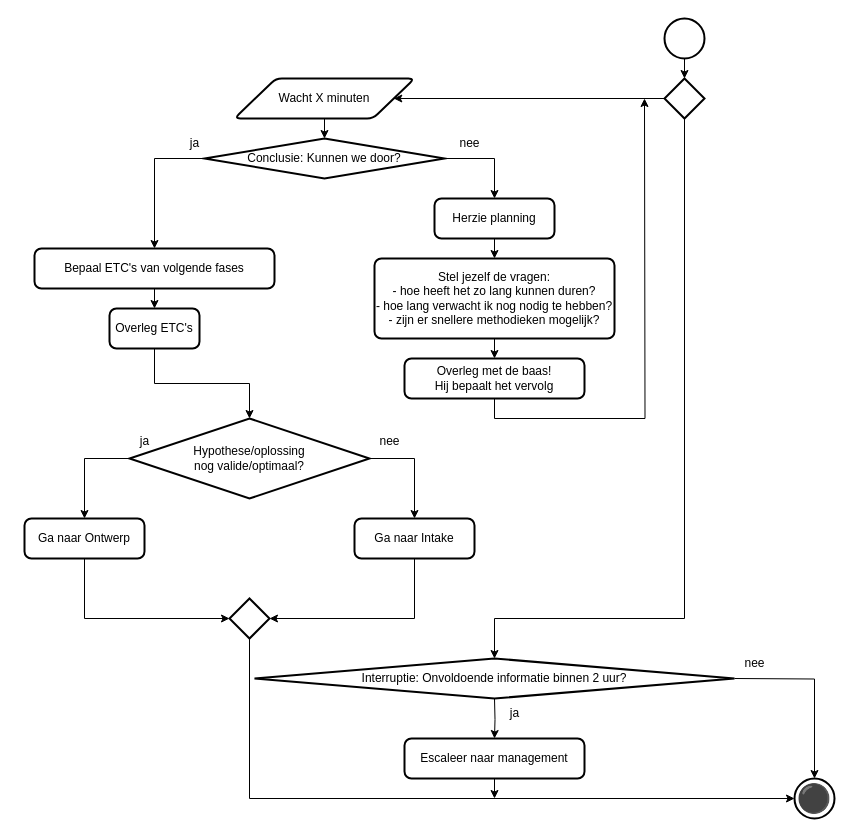
Zaibatsu89/IssueTracker keeps this draw.io diagram as 2 Issue Tracker analyse.drawio. Above is the earlier version. Source tidied: cells renumbered, new cells numbered last; positions are measured from the earlier drawing's top-left corner, leaving out a move shared by most shapes. Both pictures are drawn from the tidied source at 100%, with x=0, y=0 at pixel (24, 18).
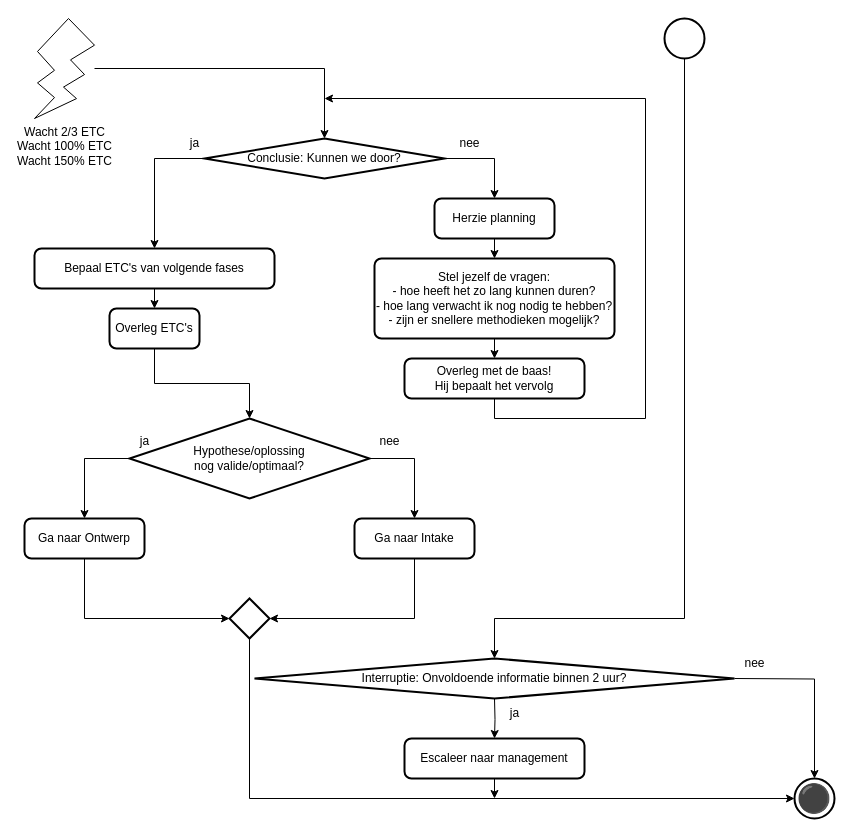
The same page after the edit.

Unchanged cells that the change refers to:
```xml
<mxCell id="2" style="strokeWidth=2;html=1;shape=mxgraph.flowchart.start_2;whiteSpace=wrap;" parent="1" vertex="1">
  <mxGeometry x="640" width="40" height="40" as="geometry" />
</mxCell>
<mxCell id="5" value="Conclusie: Kunnen we door?" style="strokeWidth=2;html=1;shape=mxgraph.flowchart.decision;whiteSpace=wrap;" parent="1" vertex="1">
  <mxGeometry x="180" y="120" width="240" height="40" as="geometry" />
</mxCell>
<mxCell id="11" value="Interruptie: Onvoldoende informatie binnen 2 uur?" style="strokeWidth=2;html=1;shape=mxgraph.flowchart.decision;whiteSpace=wrap;" parent="1" vertex="1">
  <mxGeometry x="230" y="640" width="480" height="40" as="geometry" />
</mxCell>
<mxCell id="41" value="Overleg met de baas!&lt;br&gt;Hij bepaalt het vervolg" style="rounded=1;whiteSpace=wrap;html=1;absoluteArcSize=1;arcSize=14;strokeWidth=2;" parent="1" vertex="1">
  <mxGeometry x="380" y="340" width="180" height="40" as="geometry" />
</mxCell>
```

What changed in the source:
```diff
@@
-    <mxCell id="30" value="Wacht X minuten" style="shape=parallelogram;html=1;strokeWidth=2;perimeter=parallelogramPerimeter;whiteSpace=wrap;rounded=1;arcSize=12;size=0.23;" parent="1" vertex="1">
-      <mxGeometry x="210" y="60" width="180" height="40" as="geometry" />
-    </mxCell>
-    <mxCell id="31" style="edgeStyle=orthogonalEdgeStyle;rounded=0;jettySize=auto;html=1;exitX=0;exitY=0.5;exitDx=0;exitDy=0;exitPerimeter=0;entryX=1;entryY=0.5;entryDx=0;entryDy=0;" parent="1" edge="1" source="32" target="30">
-      <mxGeometry relative="1" as="geometry" />
-    </mxCell>
-    <mxCell id="32" style="strokeWidth=2;html=1;shape=mxgraph.flowchart.decision;whiteSpace=wrap;" parent="1" vertex="1">
-      <mxGeometry x="640" y="60" width="40" height="40" as="geometry" />
-    </mxCell>
-    <mxCell id="33" style="edgeStyle=orthogonalEdgeStyle;rounded=0;jettySize=auto;html=1;exitX=0.5;exitY=1;exitDx=0;exitDy=0;exitPerimeter=0;entryX=0.5;entryY=0;entryDx=0;entryDy=0;entryPerimeter=0;" parent="1" edge="1" source="2" target="32">
-      <mxGeometry relative="1" as="geometry" />
-    </mxCell>
-    <mxCell id="34" style="edgeStyle=orthogonalEdgeStyle;rounded=0;jettySize=auto;html=1;exitX=0.5;exitY=1;exitDx=0;exitDy=0;entryX=0.5;entryY=0;entryDx=0;entryDy=0;entryPerimeter=0;" parent="1" edge="1" source="30">
-      <mxGeometry relative="1" as="geometry">
-        <mxPoint x="300" y="120" as="targetPoint" />
-      </mxGeometry>
-    </mxCell>
@@
     <mxCell id="40" style="edgeStyle=orthogonalEdgeStyle;rounded=0;jettySize=auto;html=1;exitX=0.5;exitY=1;exitDx=0;exitDy=0;" parent="1" edge="1" source="41">
       <mxGeometry relative="1" as="geometry">
-        <mxPoint x="620" y="80" as="targetPoint" />
+        <mxPoint x="300" y="80" as="targetPoint" />
+        <Array as="points">
+          <mxPoint x="470" y="400" />
+          <mxPoint x="621" y="400" />
+        </Array>
       </mxGeometry>
     </mxCell>
@@
-    <mxCell id="42" style="edgeStyle=orthogonalEdgeStyle;rounded=0;jettySize=auto;html=1;exitX=0.5;exitY=1;exitDx=0;exitDy=0;exitPerimeter=0;entryX=0.5;entryY=0;entryDx=0;entryDy=0;entryPerimeter=0;" parent="1" edge="1" source="32" target="11">
+    <mxCell id="42" style="edgeStyle=orthogonalEdgeStyle;rounded=0;jettySize=auto;html=1;exitX=0.5;exitY=1;exitDx=0;exitDy=0;exitPerimeter=0;entryX=0.5;entryY=0;entryDx=0;entryDy=0;entryPerimeter=0;" parent="1" edge="1" source="2" target="11">
       <mxGeometry relative="1" as="geometry">
         <Array as="points">
           <mxPoint x="660" y="600" />
           <mxPoint x="470" y="600" />
         </Array>
       </mxGeometry>
     </mxCell>
+    <mxCell id="43" value="Wacht 2/3 ETC&lt;br&gt;Wacht 100% ETC&lt;br&gt;Wacht 150% ETC" style="verticalLabelPosition=bottom;verticalAlign=top;html=1;shape=mxgraph.basic.flash;" parent="1" vertex="1">
+      <mxGeometry x="10" width="60" height="100" as="geometry" />
+    </mxCell>
+    <mxCell id="44" style="edgeStyle=orthogonalEdgeStyle;rounded=0;jettySize=auto;html=1;entryX=0.5;entryY=0;entryDx=0;entryDy=0;entryPerimeter=0;" parent="1" edge="1" source="43" target="5">
+      <mxGeometry relative="1" as="geometry" />
+    </mxCell>
```
